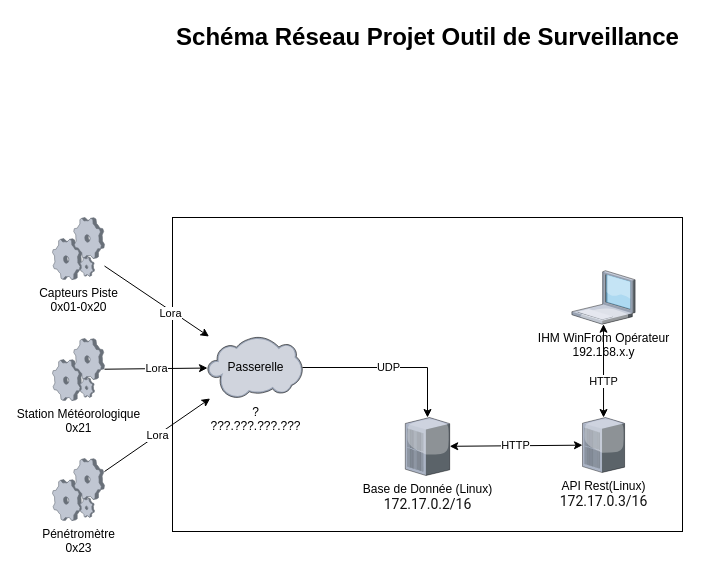
This is documentation/Schéma Réseau.drawio from ToGen49/Hippodrome, a draw.io file, before an edit. Source tidied: cells renumbered, new cells numbered last; positions are measured from the earlier drawing's top-left corner, leaving out a move shared by most shapes. Both pictures are drawn from the tidied source at 100%, with x=0, y=0 at pixel (52, 17).
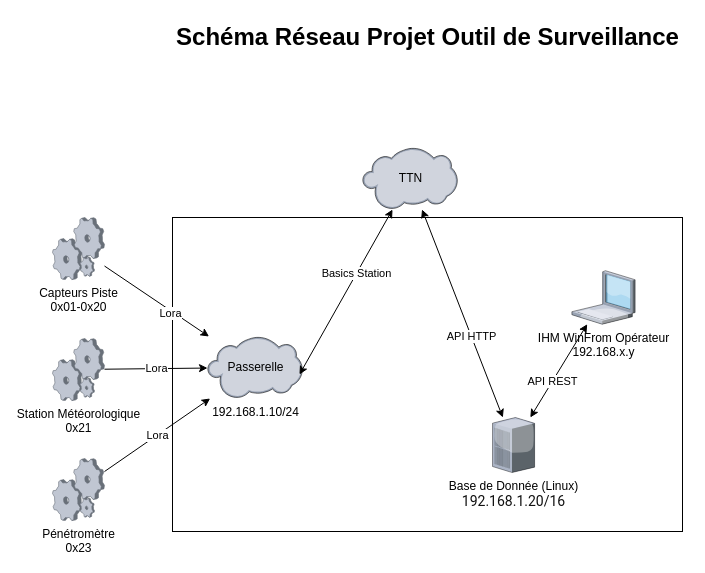
Above is the later version.

Commit message:
Mettre à jour Schéma Réseau.drawio

Unchanged cells that the change refers to:
```xml
<mxCell id="4" value="IHM WinFrom Opérateur&lt;div&gt;192.168.x.y&lt;/div&gt;" style="verticalLabelPosition=bottom;sketch=0;html=1;verticalAlign=top;strokeColor=none;align=center;outlineConnect=0;shape=mxgraph.citrix.laptop_1;" parent="1" vertex="1">
  <mxGeometry x="519.4" y="253.2" width="63.2" height="53.5" as="geometry" />
</mxCell>
<mxCell id="9" value="Passerelle" style="text;html=1;align=center;verticalAlign=middle;points=[];strokeColor=none;fillColor=none;" parent="1" vertex="1">
  <mxGeometry x="162.5" y="335" width="80" height="30" as="geometry" />
</mxCell>
```

The edit, as a diff of the source:
```diff
@@
-    <mxCell id="8" value="?&lt;br&gt;???.???.???.???" style="verticalLabelPosition=bottom;sketch=0;html=1;verticalAlign=top;strokeColor=none;align=center;outlineConnect=0;shape=mxgraph.citrix.cloud;" parent="1" vertex="1">
+    <mxCell id="8" value="192.168.1.10/24" style="verticalLabelPosition=bottom;sketch=0;html=1;verticalAlign=top;strokeColor=none;align=center;outlineConnect=0;shape=mxgraph.citrix.cloud;" parent="1" vertex="1">
       <mxGeometry x="155" y="319" width="95" height="62" as="geometry" />
     </mxCell>
@@
-    <mxCell id="14" value="UDP" style="edgeStyle=orthogonalEdgeStyle;rounded=0;jettySize=auto;html=1;" parent="1" edge="1" source="8" target="15">
-      <mxGeometry x="-0.02" relative="1" as="geometry" />
-    </mxCell>
-    <mxCell id="15" value="Base de Donnée (Linux)&lt;br&gt;&lt;div&gt;&lt;span style=&quot;color: rgb(17, 17, 17); font-family: Roboto, Helvetica, sans-serif; font-size: 14px; text-align: left; text-wrap-mode: wrap; background-color: rgb(255, 255, 255);&quot;&gt;172.17.0.2/16&lt;/span&gt;&lt;/div&gt;" style="verticalLabelPosition=bottom;sketch=0;html=1;verticalAlign=top;strokeColor=none;align=center;outlineConnect=0;shape=mxgraph.citrix.pbx_server;" parent="1" vertex="1">
-      <mxGeometry x="352.8" y="400" width="44.4" height="58" as="geometry" />
-    </mxCell>
-    <mxCell id="16" value="API Rest&lt;span style=&quot;background-color: transparent; color: light-dark(rgb(0, 0, 0), rgb(255, 255, 255));&quot;&gt;(Linux)&lt;/span&gt;&lt;div&gt;&lt;div&gt;&lt;span style=&quot;color: rgb(17, 17, 17); font-family: Roboto, Helvetica, sans-serif; font-size: 14px; text-align: left; text-wrap-mode: wrap; background-color: rgb(255, 255, 255);&quot;&gt;172.17.0.3/16&lt;/span&gt;&lt;/div&gt;&lt;/div&gt;" style="verticalLabelPosition=bottom;sketch=0;html=1;verticalAlign=top;strokeColor=none;align=center;outlineConnect=0;shape=mxgraph.citrix.pbx_server;" parent="1" vertex="1">
-      <mxGeometry x="530" y="400" width="42.1" height="55" as="geometry" />
+    <mxCell id="16" value="Base de Donnée (Linux)&lt;br&gt;&lt;div&gt;&lt;span style=&quot;color: rgb(17, 17, 17); font-family: Roboto, Helvetica, sans-serif; font-size: 14px; text-align: left; text-wrap-mode: wrap; background-color: rgb(255, 255, 255);&quot;&gt;192.168.1.20/16&lt;/span&gt;&lt;/div&gt;" style="verticalLabelPosition=bottom;sketch=0;html=1;verticalAlign=top;strokeColor=none;align=center;outlineConnect=0;shape=mxgraph.citrix.pbx_server;" parent="1" vertex="1">
+      <mxGeometry x="440" y="400" width="42.1" height="55" as="geometry" />
     </mxCell>
-    <mxCell id="17" value="HTTP" style="endArrow=classic;startArrow=classic;html=1;rounded=0;" parent="1" edge="1" source="16" target="15">
-      <mxGeometry x="0.01" relative="1" as="geometry" />
-    </mxCell>
-    <mxCell id="18" value="HTTP" style="endArrow=classic;startArrow=classic;html=1;rounded=0;" parent="1" edge="1" source="4" target="16">
+    <mxCell id="18" value="API REST" style="endArrow=classic;startArrow=classic;html=1;rounded=0;" parent="1" edge="1" source="4" target="16">
       <mxGeometry x="0.22" relative="1" as="geometry" />
     </mxCell>
+    <mxCell id="19" style="verticalLabelPosition=bottom;sketch=0;html=1;verticalAlign=top;strokeColor=none;align=center;outlineConnect=0;shape=mxgraph.citrix.cloud;" parent="1" vertex="1">
+      <mxGeometry x="310" y="130" width="95" height="62" as="geometry" />
+    </mxCell>
+    <mxCell id="20" value="TTN" style="text;html=1;align=center;verticalAlign=middle;strokeColor=none;fillColor=none;" parent="1" vertex="1">
+      <mxGeometry x="332.5" y="146" width="50" height="30" as="geometry" />
+    </mxCell>
+    <mxCell id="21" value="API HTTP" style="endArrow=classic;startArrow=classic;html=1;rounded=0;" parent="1" edge="1" source="19" target="16">
+      <mxGeometry x="0.22" relative="1" as="geometry" />
+    </mxCell>
+    <mxCell id="22" value="Basics Station" style="endArrow=classic;startArrow=classic;html=1;rounded=0;exitX=1.056;exitY=0.733;exitDx=0;exitDy=0;exitPerimeter=0;" parent="1" edge="1" source="9" target="19">
+      <mxGeometry x="0.22" relative="1" as="geometry" />
+    </mxCell>
```
